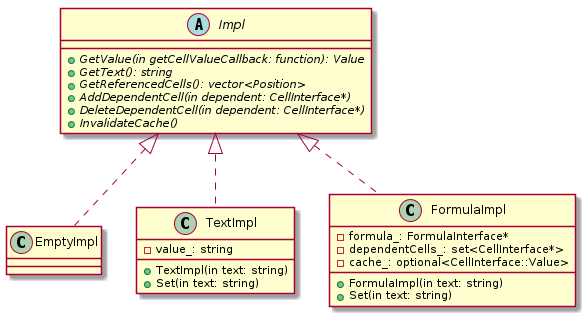
Earlier version of the PlantUML export uml/png/cellImpl.png (kazarynau/YandexPraktikumFinal).
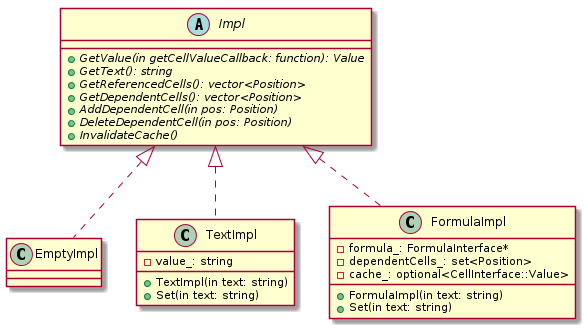
The same diagram one commit later.

The edit, as a diff of the source:
```diff
@@ -4,8 +4,9 @@
     +{abstract} GetValue(in getCellValueCallback: function): Value
     +{abstract} GetText(): string
     +{abstract} GetReferencedCells(): vector<Position>
-    +{abstract} AddDependentCell(in dependent: CellInterface*)
-    +{abstract} DeleteDependentCell(in dependent: CellInterface*)
+    +{abstract} GetDependentCells(): vector<Position>
+    +{abstract} AddDependentCell(in pos: Position)
+    +{abstract} DeleteDependentCell(in pos: Position)
     +{abstract} InvalidateCache()
 }
 
@@ -22,7 +23,7 @@
     +FormulaImpl(in text: string)
     +Set(in text: string)
     -formula_: FormulaInterface*
-    -dependentCells_: set<CellInterface*>
+    -dependentCells_: set<Position>
     -cache_: optional<CellInterface::Value>
 }
 
```
